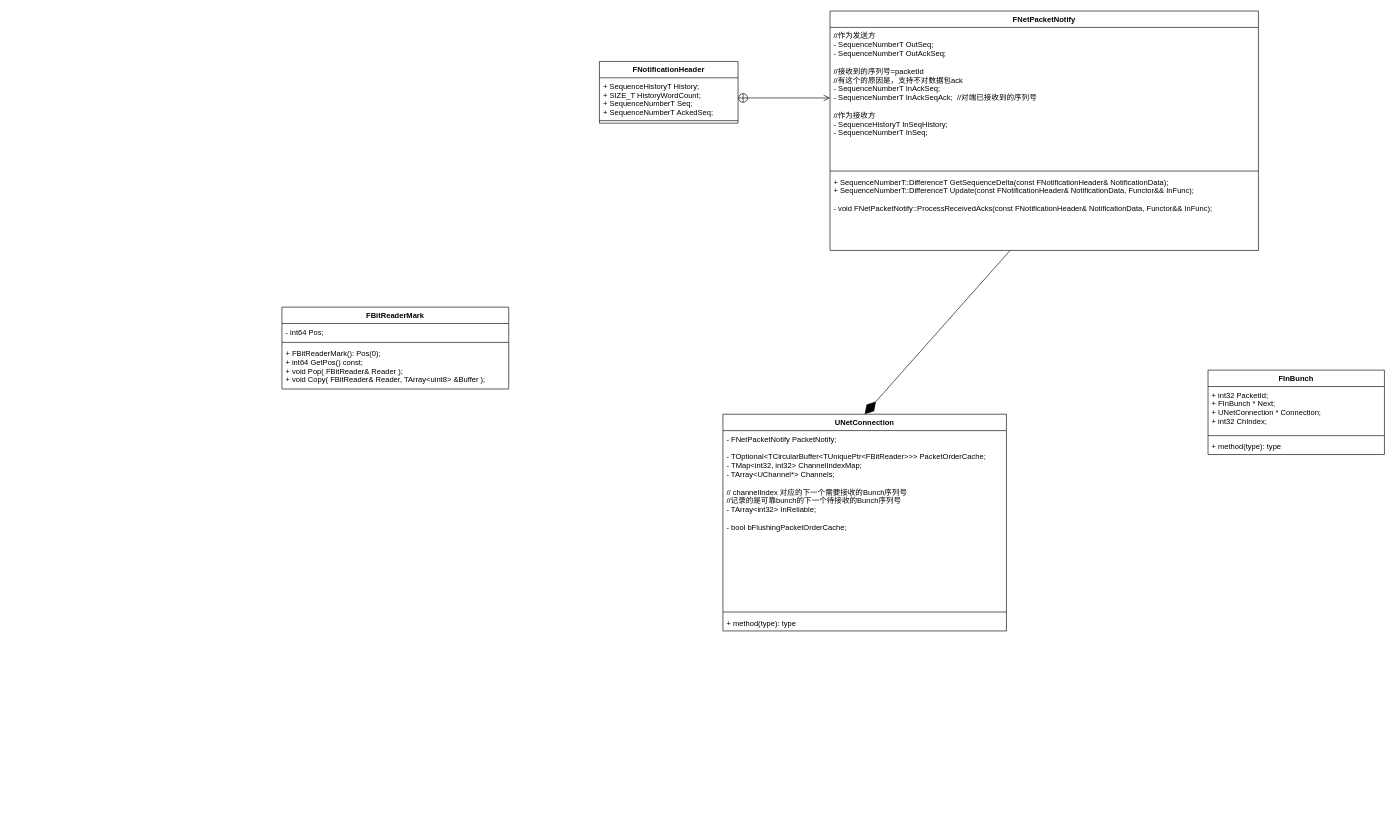
This is page "第 1 页" (1 of 4) of UE4Networking.drawio from jialin0x7c9/UE4NetworkingGraph, a draw.io file, before an edit. Source tidied: cells renumbered, new cells numbered last; positions are measured from the earlier drawing's top-left corner, leaving out a move shared by most shapes. Both pictures are drawn from the tidied source at 63%, with x=0, y=0 at pixel (282, 11).
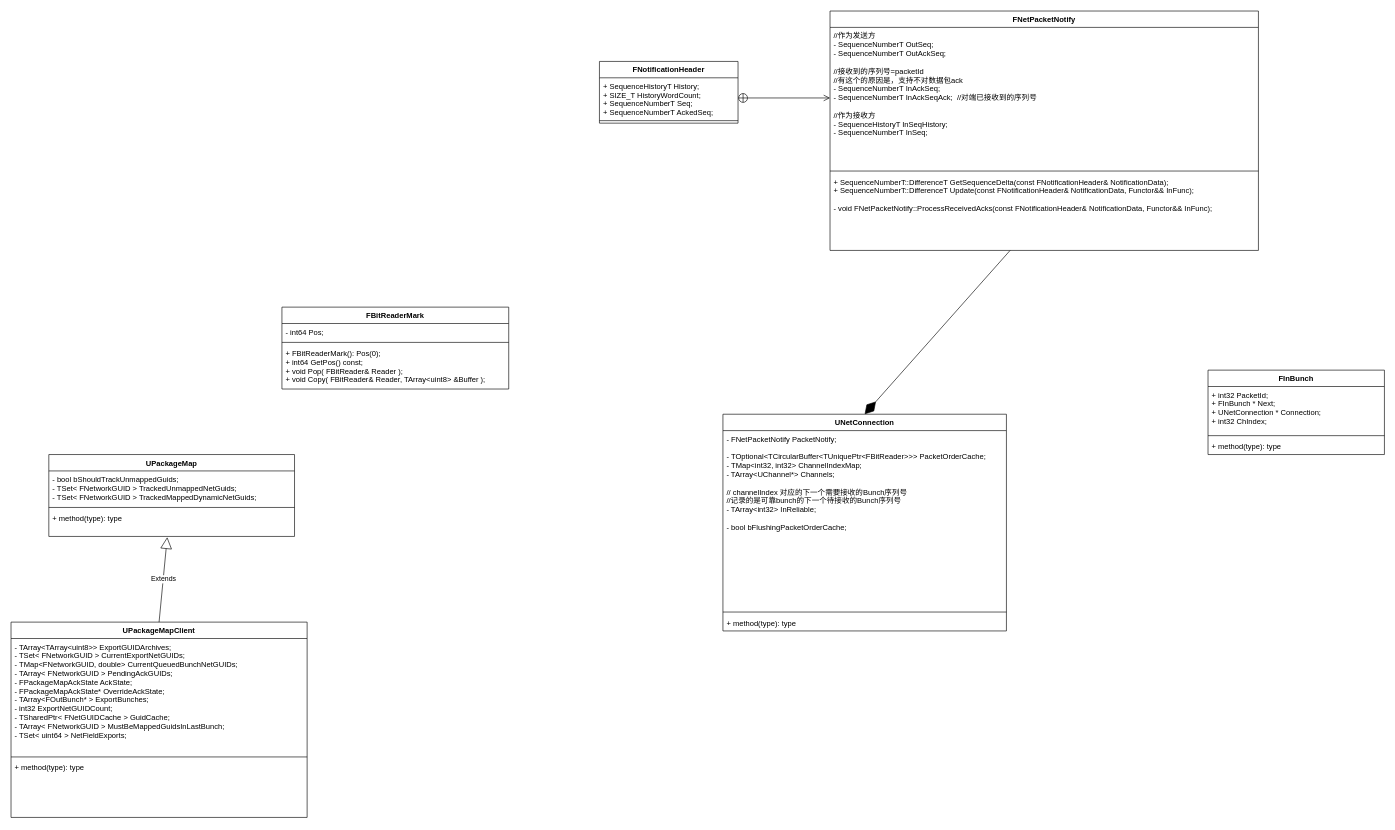
After the change.

The edit, as a diff of the source:
```diff
@@
+    <mxCell id="23" value="UPackageMap" style="swimlane;fontStyle=1;align=center;verticalAlign=top;horizontal=1;startSize=26;" parent="1" vertex="1">
+      <mxGeometry x="-370" y="704" width="390" height="130" as="geometry" />
+    </mxCell>
+    <mxCell id="24" value="- bool     bShouldTrackUnmappedGuids;&#10;- TSet&lt; FNetworkGUID &gt; TrackedUnmappedNetGuids;&#10;- TSet&lt; FNetworkGUID &gt; TrackedMappedDynamicNetGuids;" style="text;strokeColor=none;fillColor=none;align=left;verticalAlign=top;spacingLeft=4;spacingRight=4;overflow=hidden;" parent="23" vertex="1">
+      <mxGeometry y="26" width="390" height="54" as="geometry" />
+    </mxCell>
+    <mxCell id="25" style="line;strokeWidth=1;fillColor=none;align=left;verticalAlign=middle;spacingTop=-1;spacingLeft=3;spacingRight=3;labelPosition=right;" parent="23" vertex="1">
+      <mxGeometry y="80" width="390" height="8" as="geometry" />
+    </mxCell>
+    <mxCell id="26" value="+ method(type): type" style="text;strokeColor=none;fillColor=none;align=left;verticalAlign=top;spacingLeft=4;spacingRight=4;overflow=hidden;points=[[0,0.5],[1,0.5]];portConstraint=eastwest;" parent="23" vertex="1">
+      <mxGeometry y="88" width="390" height="42" as="geometry" />
+    </mxCell>
+    <mxCell id="27" value="UPackageMapClient" style="swimlane;fontStyle=1;align=center;verticalAlign=top;horizontal=1;startSize=26;" parent="1" vertex="1">
+      <mxGeometry x="-430" y="970" width="470" height="310" as="geometry" />
+    </mxCell>
+    <mxCell id="28" value="- TArray&lt;TArray&lt;uint8&gt;&gt;    ExportGUIDArchives;&#10;- TSet&lt; FNetworkGUID &gt;    CurrentExportNetGUIDs;&#10;- TMap&lt;FNetworkGUID, double&gt; CurrentQueuedBunchNetGUIDs;&#10;- TArray&lt; FNetworkGUID &gt;    PendingAckGUIDs;&#10;- FPackageMapAckState     AckState; &#10;- FPackageMapAckState*    OverrideAckState;&#10;- TArray&lt;FOutBunch* &gt;     ExportBunches;&#10;- int32        ExportNetGUIDCount;&#10;- TSharedPtr&lt; FNetGUIDCache &gt;   GuidCache;&#10;- TArray&lt; FNetworkGUID &gt;    MustBeMappedGuidsInLastBunch;&#10;- TSet&lt; uint64 &gt;      NetFieldExports;" style="text;strokeColor=none;fillColor=none;align=left;verticalAlign=top;spacingLeft=4;spacingRight=4;overflow=hidden;" parent="27" vertex="1">
+      <mxGeometry y="26" width="470" height="184" as="geometry" />
+    </mxCell>
+    <mxCell id="29" style="line;strokeWidth=1;fillColor=none;align=left;verticalAlign=middle;spacingTop=-1;spacingLeft=3;spacingRight=3;labelPosition=right;" parent="27" vertex="1">
+      <mxGeometry y="210" width="470" height="8" as="geometry" />
+    </mxCell>
+    <mxCell id="30" value="+ method(type): type" style="text;strokeColor=none;fillColor=none;align=left;verticalAlign=top;spacingLeft=4;spacingRight=4;overflow=hidden;" parent="27" vertex="1">
+      <mxGeometry y="218" width="470" height="92" as="geometry" />
+    </mxCell>
+    <mxCell id="31" value="Extends" style="endArrow=block;endSize=16;endFill=0;html=1;entryX=0.482;entryY=1.028;entryDx=0;entryDy=0;entryPerimeter=0;exitX=0.5;exitY=0;exitDx=0;exitDy=0;" parent="1" edge="1" source="27" target="26">
+      <mxGeometry relative="1" as="geometry" />
+    </mxCell>
```
